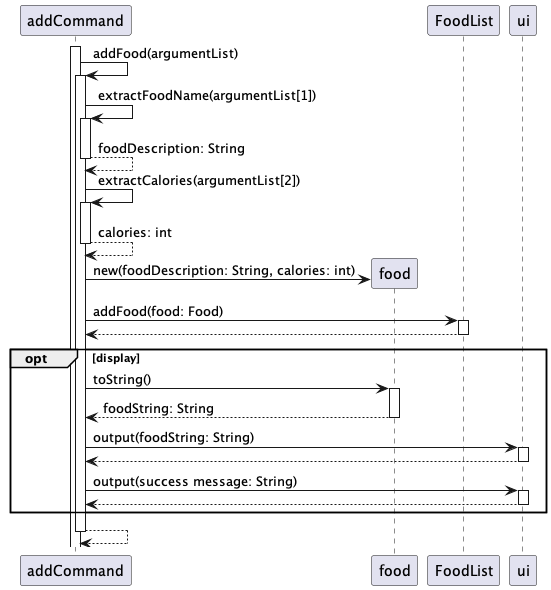
nus-cs2113-AY2223S1/tp keeps this PlantUML diagram as docs/UmlDiagrams/AddFood.png. Above is the earlier version.
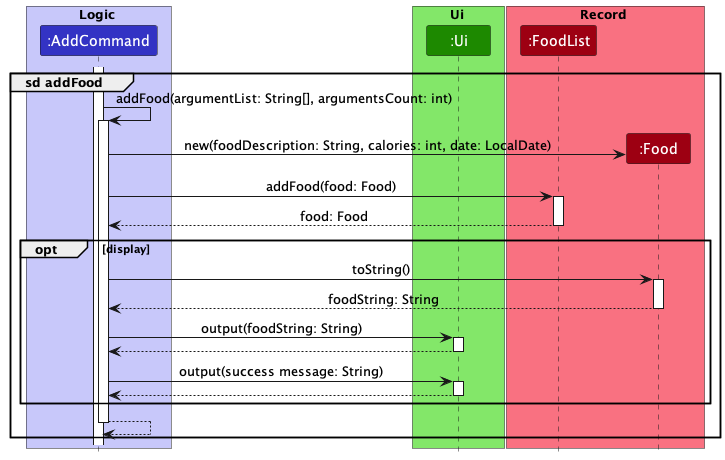
After the change.

Commit message:
Update add for DG and update code for parse date in add command

Diff of the diagram source:
```diff
@@ -2,16 +2,25 @@
 
 autoactivate on
 
+!include style.puml
+box Logic LOGIC_COLOR_T1
+participant ":AddCommand" as addCommand LOGIC_COLOR
+end box
+box Ui UI_COLOR_T1
+participant ":Ui" as ui UI_COLOR
+end box
+box Record RECORD_COLOR_T1
+participant ":FoodList" as FoodList RECORD_COLOR
+participant ":Food" as food RECORD_COLOR
+end box
 
+
+group sd addFood
 activate addCommand
-    addCommand -> addCommand: addFood(argumentList)
-    addCommand -> addCommand: extractFoodName(argumentList[1])
-    return foodDescription: String
-    addCommand -> addCommand: extractCalories(argumentList[2])
-    return calories: int
-    addCommand -> food **: new(foodDescription: String, calories: int)
+    addCommand -> addCommand: addFood(argumentList: String[], argumentsCount: int)
+    addCommand -> food **: new(foodDescription: String, calories: int, date: LocalDate)
     addCommand -> FoodList: addFood(food: Food)
-    return
+    return food: Food
     opt display
         addCommand -> food: toString()
         return foodString: String
@@ -20,6 +29,6 @@
         addCommand -> ui: output(success message: String)
         return
     end
-return
-
+    return
+end
 @enduml
```
